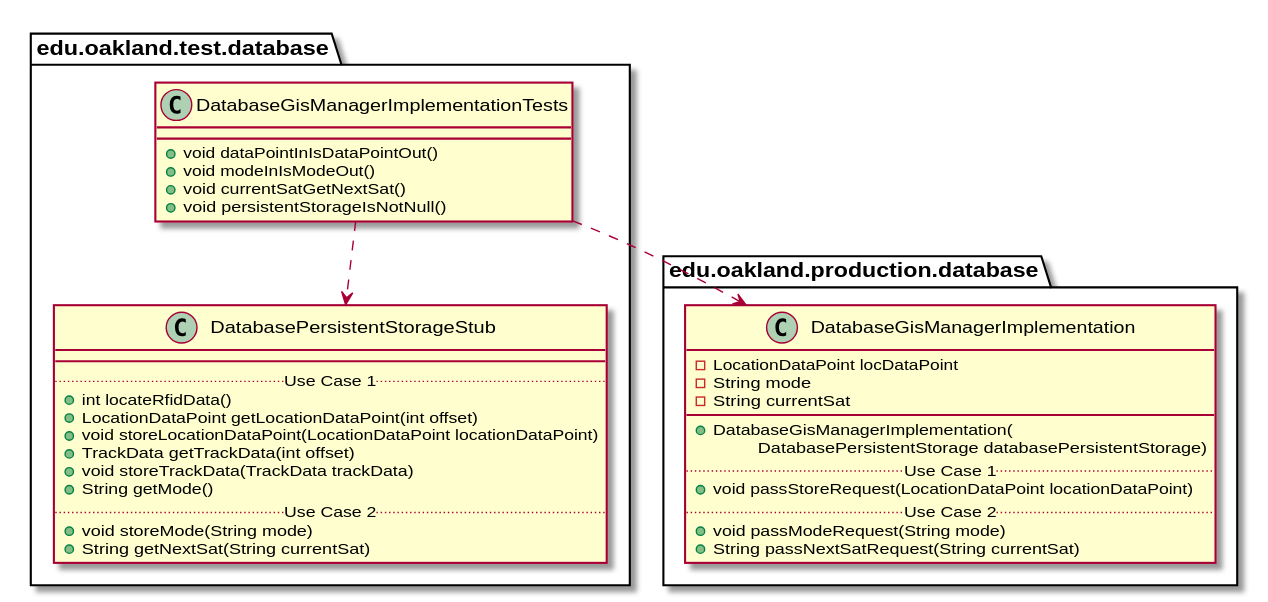
andrewdimmer/csi-3370-software-project keeps this PlantUML diagram as docs/uml-class-diagrams/database/test/DatabaseGisManagerImplementationTests/DatabaseGisManagerImplementationTests_DirectDependencies.svg. Above is the earlier version.
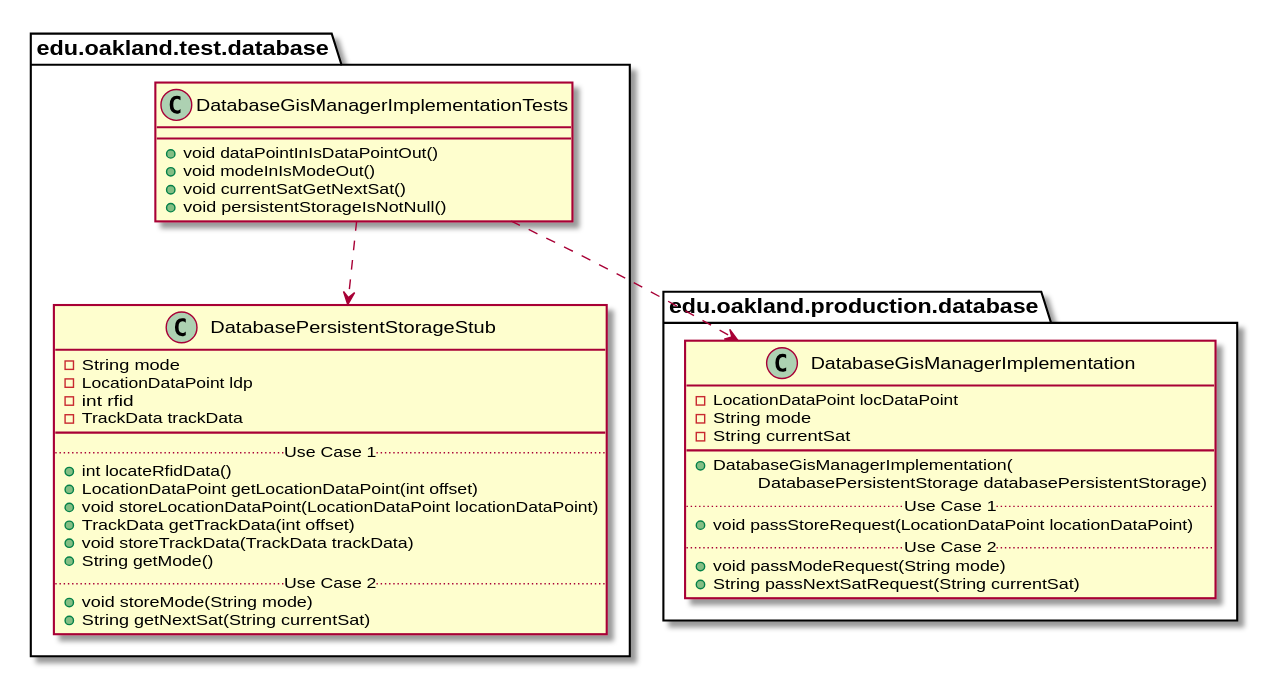
The same diagram one commit later.

The edit, as a diff of the source:
```diff
@@ -14,6 +14,10 @@
 
 package edu.oakland.test.database {
     class DatabasePersistentStorageStub {
+        - String mode
+        - LocationDataPoint ldp
+        - int rfid
+        - TrackData trackData
         __
         .. Use Case 1 ..
         + int locateRfidData()
```
